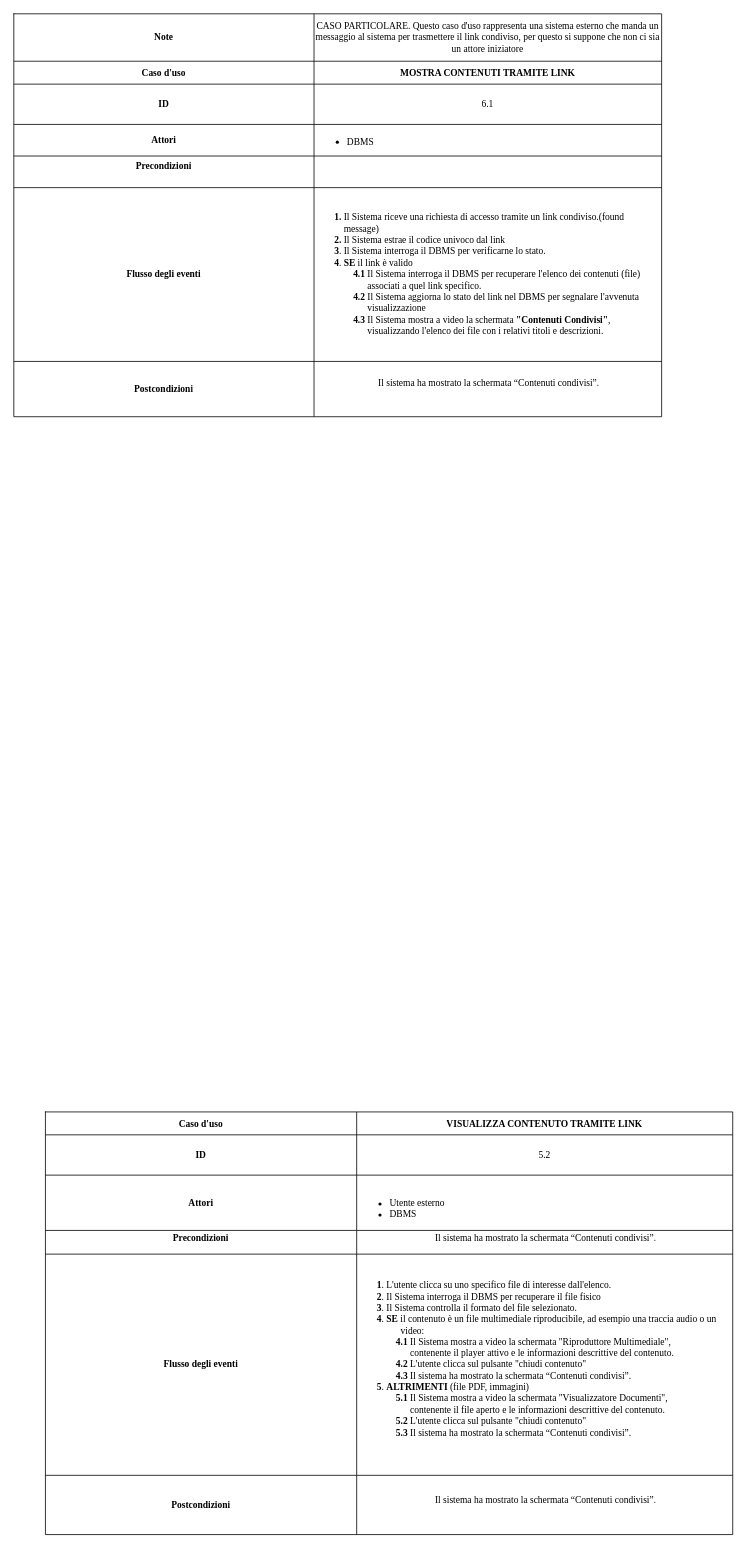
Before: page "Pagina-18" (14 of 16) of visteD'insiemeDraw/VistaD'insiemeProgetto-2.drawio in SImone1104/IDS, a draw.io diagram. Source tidied: cells renumbered, new cells numbered last; positions are measured from the earlier drawing's top-left corner, leaving out a move shared by most shapes. Both pictures are drawn from the tidied source at 79%, with x=0, y=0 at pixel (13, 13).
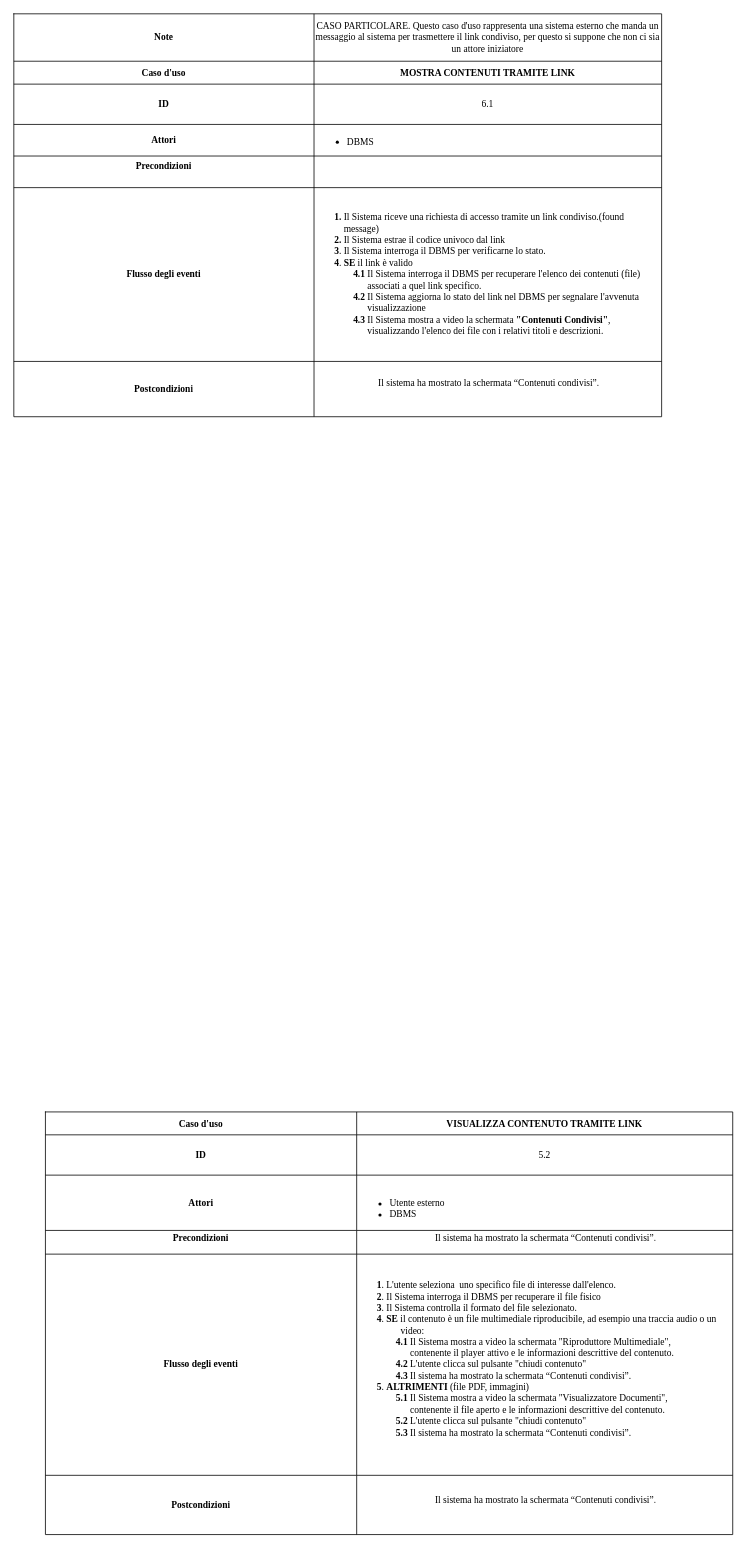
The same page after the edit.

The change refers to these unchanged cells:
```xml
<mxCell id="37" style="shape=tableRow;horizontal=0;startSize=0;swimlaneHead=0;swimlaneBody=0;strokeColor=inherit;top=0;left=0;bottom=0;right=0;fillColor=none;" parent="24" vertex="1">
  <mxGeometry y="180" width="870" height="280" as="geometry" />
</mxCell>
```

The edit, as a diff of the source:
```diff
@@
-    <mxCell id="39" value="&lt;div style=&quot;&quot;&gt;&lt;div&gt;&lt;div&gt;&lt;font face=&quot;Times New Roman&quot;&gt;&lt;span style=&quot;white-space: pre;&quot;&gt;&#9;&lt;/span&gt;&lt;/font&gt;&lt;b style=&quot;font-family: &amp;quot;Times New Roman&amp;quot;;&quot;&gt;1&lt;/b&gt;&lt;span style=&quot;font-family: &amp;quot;Times New Roman&amp;quot;;&quot;&gt;. L'utente clicca su uno specifico file di interesse dall'elenco.&lt;/span&gt;&lt;/div&gt;&lt;b style=&quot;font-family: &amp;quot;Times New Roman&amp;quot;;&quot;&gt;&lt;/b&gt;&lt;/div&gt;&lt;font face=&quot;Times New Roman&quot;&gt;&lt;/font&gt;&lt;div style=&quot;&quot;&gt;&lt;b style=&quot;font-family: &amp;quot;Times New Roman&amp;quot;;&quot;&gt;&lt;span style=&quot;white-space: pre;&quot;&gt;&#9;&lt;/span&gt;2&lt;/b&gt;&lt;span style=&quot;font-family: &amp;quot;Times New Roman&amp;quot;;&quot;&gt;. Il Sistema interroga il DBMS per recuperare il file fisico&lt;/span&gt;&lt;br&gt;&lt;/div&gt;&lt;div style=&quot;&quot;&gt;&lt;span style=&quot;font-family: &amp;quot;Times New Roman&amp;quot;; white-space: pre;&quot;&gt;&#9;&lt;/span&gt;&lt;font face=&quot;Times New Roman&quot;&gt;&lt;b&gt;3&lt;/b&gt;. Il Sistema controlla il formato del file selezionato.&lt;br&gt;&lt;span style=&quot;white-space: pre;&quot;&gt;&#9;&lt;/span&gt;&lt;b&gt;4&lt;/b&gt;. &lt;b&gt;SE&lt;/b&gt; il contenuto è un file multimediale riproducibile, ad esempio una traccia audio o un &lt;span style=&quot;white-space: pre;&quot;&gt;&#9;          &lt;/span&gt;video:&lt;br&gt;&lt;span style=&quot;white-space: pre;&quot;&gt;&#9;&lt;/span&gt;&lt;span style=&quot;white-space: pre;&quot;&gt;&#9;&lt;/span&gt;&lt;b&gt;4.1&amp;nbsp;&lt;/b&gt;Il Sistema mostra a video la schermata &quot;Riproduttore Multimediale&quot;,&lt;br&gt;&lt;span style=&quot;white-space: pre;&quot;&gt;&#9;&lt;/span&gt;&lt;span style=&quot;white-space: pre;&quot;&gt;&#9;      &lt;/span&gt;contenente il player attivo e le informazioni descrittive del contenuto.&lt;/font&gt;&lt;/div&gt;&lt;div style=&quot;&quot;&gt;&lt;font face=&quot;Times New Roman&quot;&gt;&amp;nbsp; &amp;nbsp; &amp;nbsp; &amp;nbsp; &amp;nbsp; &amp;nbsp; &amp;nbsp; &amp;nbsp; &lt;b&gt;4.2&lt;/b&gt; L'utente clicca sul pulsante &quot;chiudi contenuto&quot;&lt;/font&gt;&lt;/div&gt;&lt;div&gt;&lt;font face=&quot;Times New Roman&quot;&gt;&amp;nbsp;&lt;span style=&quot;white-space: pre;&quot;&gt;&#9;&lt;/span&gt;&lt;span style=&quot;white-space: pre;&quot;&gt;&#9;&lt;b&gt;4.3&lt;/b&gt; &lt;/span&gt;Il sistema ha mostrato la schermata “Contenuti condivisi”.&lt;/font&gt;&lt;/div&gt;&lt;div style=&quot;&quot;&gt;&lt;font face=&quot;Times New Roman&quot;&gt;&lt;span style=&quot;white-space: pre;&quot;&gt;&#9;&lt;/span&gt;&lt;b&gt;5&lt;/b&gt;. &lt;b&gt;ALTRIMENTI&lt;/b&gt; (file PDF, immagini)&lt;br&gt;&lt;span style=&quot;white-space: pre;&quot;&gt;&#9;&lt;span style=&quot;white-space: pre;&quot;&gt;&#9;&lt;/span&gt;&lt;/span&gt;&lt;b&gt;5.1&amp;nbsp;&lt;/b&gt;Il Sistema mostra a video la schermata &quot;Visualizzatore Documenti&quot;,&lt;br&gt;&lt;span style=&quot;white-space: pre;&quot;&gt;&#9;&lt;/span&gt;&lt;span style=&quot;white-space: pre;&quot;&gt;&#9;      &lt;/span&gt;contenente il file aperto e le informazioni descrittive del contenuto.&lt;/font&gt;&lt;br&gt;&lt;/div&gt;&lt;div style=&quot;&quot;&gt;&lt;font face=&quot;Times New Roman&quot;&gt;&amp;nbsp; &amp;nbsp; &amp;nbsp; &amp;nbsp; &amp;nbsp; &amp;nbsp; &amp;nbsp; &amp;nbsp; &lt;b&gt;5&lt;/b&gt;&lt;/font&gt;&lt;span style=&quot;font-family: &amp;quot;Times New Roman&amp;quot;;&quot;&gt;&lt;b&gt;.2&lt;/b&gt; L'utente clicca sul pulsante &quot;chiudi contenuto&quot;&lt;/span&gt;&lt;/div&gt;&lt;div&gt;&lt;div&gt;&lt;font face=&quot;Times New Roman&quot;&gt;&amp;nbsp; &amp;nbsp; &amp;nbsp; &amp;nbsp; &amp;nbsp; &amp;nbsp; &amp;nbsp; &amp;nbsp;&lt;span style=&quot;white-space: pre;&quot;&gt; &lt;b&gt;5.3&lt;/b&gt; &lt;/span&gt;Il sistema ha mostrato la schermata “Contenuti condivisi”.&lt;/font&gt;&lt;/div&gt;&lt;/div&gt;&lt;div&gt;&lt;font face=&quot;Times New Roman&quot;&gt;&lt;br&gt;&lt;/font&gt;&lt;/div&gt;&lt;/div&gt;" style="shape=partialRectangle;html=1;whiteSpace=wrap;strokeColor=inherit;overflow=hidden;fillColor=none;top=0;left=0;bottom=0;right=0;align=left;" parent="37" vertex="1">
+    <mxCell id="39" value="&lt;div style=&quot;&quot;&gt;&lt;div&gt;&lt;div&gt;&lt;font face=&quot;Times New Roman&quot;&gt;&lt;span style=&quot;white-space: pre;&quot;&gt;&#9;&lt;/span&gt;&lt;/font&gt;&lt;b style=&quot;font-family: &amp;quot;Times New Roman&amp;quot;;&quot;&gt;1&lt;/b&gt;&lt;span style=&quot;font-family: &amp;quot;Times New Roman&amp;quot;;&quot;&gt;. L'utente seleziona&amp;nbsp; uno specifico file di interesse dall'elenco.&lt;/span&gt;&lt;/div&gt;&lt;b style=&quot;font-family: &amp;quot;Times New Roman&amp;quot;;&quot;&gt;&lt;/b&gt;&lt;/div&gt;&lt;font face=&quot;Times New Roman&quot;&gt;&lt;/font&gt;&lt;div style=&quot;&quot;&gt;&lt;b style=&quot;font-family: &amp;quot;Times New Roman&amp;quot;;&quot;&gt;&lt;span style=&quot;white-space: pre;&quot;&gt;&#9;&lt;/span&gt;2&lt;/b&gt;&lt;span style=&quot;font-family: &amp;quot;Times New Roman&amp;quot;;&quot;&gt;. Il Sistema interroga il DBMS per recuperare il file fisico&lt;/span&gt;&lt;br&gt;&lt;/div&gt;&lt;div style=&quot;&quot;&gt;&lt;span style=&quot;font-family: &amp;quot;Times New Roman&amp;quot;; white-space: pre;&quot;&gt;&#9;&lt;/span&gt;&lt;font face=&quot;Times New Roman&quot;&gt;&lt;b&gt;3&lt;/b&gt;. Il Sistema controlla il formato del file selezionato.&lt;br&gt;&lt;span style=&quot;white-space: pre;&quot;&gt;&#9;&lt;/span&gt;&lt;b&gt;4&lt;/b&gt;. &lt;b&gt;SE&lt;/b&gt; il contenuto è un file multimediale riproducibile, ad esempio una traccia audio o un &lt;span style=&quot;white-space: pre;&quot;&gt;&#9;          &lt;/span&gt;video:&lt;br&gt;&lt;span style=&quot;white-space: pre;&quot;&gt;&#9;&lt;/span&gt;&lt;span style=&quot;white-space: pre;&quot;&gt;&#9;&lt;/span&gt;&lt;b&gt;4.1&amp;nbsp;&lt;/b&gt;Il Sistema mostra a video la schermata &quot;Riproduttore Multimediale&quot;,&lt;br&gt;&lt;span style=&quot;white-space: pre;&quot;&gt;&#9;&lt;/span&gt;&lt;span style=&quot;white-space: pre;&quot;&gt;&#9;      &lt;/span&gt;contenente il player attivo e le informazioni descrittive del contenuto.&lt;/font&gt;&lt;/div&gt;&lt;div style=&quot;&quot;&gt;&lt;font face=&quot;Times New Roman&quot;&gt;&amp;nbsp; &amp;nbsp; &amp;nbsp; &amp;nbsp; &amp;nbsp; &amp;nbsp; &amp;nbsp; &amp;nbsp; &lt;b&gt;4.2&lt;/b&gt; L'utente clicca sul pulsante &quot;chiudi contenuto&quot;&lt;/font&gt;&lt;/div&gt;&lt;div&gt;&lt;font face=&quot;Times New Roman&quot;&gt;&amp;nbsp;&lt;span style=&quot;white-space: pre;&quot;&gt;&#9;&lt;/span&gt;&lt;span style=&quot;white-space: pre;&quot;&gt;&#9;&lt;b&gt;4.3&lt;/b&gt; &lt;/span&gt;Il sistema ha mostrato la schermata “Contenuti condivisi”.&lt;/font&gt;&lt;/div&gt;&lt;div style=&quot;&quot;&gt;&lt;font face=&quot;Times New Roman&quot;&gt;&lt;span style=&quot;white-space: pre;&quot;&gt;&#9;&lt;/span&gt;&lt;b&gt;5&lt;/b&gt;. &lt;b&gt;ALTRIMENTI&lt;/b&gt; (file PDF, immagini)&lt;br&gt;&lt;span style=&quot;white-space: pre;&quot;&gt;&#9;&lt;span style=&quot;white-space: pre;&quot;&gt;&#9;&lt;/span&gt;&lt;/span&gt;&lt;b&gt;5.1&amp;nbsp;&lt;/b&gt;Il Sistema mostra a video la schermata &quot;Visualizzatore Documenti&quot;,&lt;br&gt;&lt;span style=&quot;white-space: pre;&quot;&gt;&#9;&lt;/span&gt;&lt;span style=&quot;white-space: pre;&quot;&gt;&#9;      &lt;/span&gt;contenente il file aperto e le informazioni descrittive del contenuto.&lt;/font&gt;&lt;br&gt;&lt;/div&gt;&lt;div style=&quot;&quot;&gt;&lt;font face=&quot;Times New Roman&quot;&gt;&amp;nbsp; &amp;nbsp; &amp;nbsp; &amp;nbsp; &amp;nbsp; &amp;nbsp; &amp;nbsp; &amp;nbsp; &lt;b&gt;5&lt;/b&gt;&lt;/font&gt;&lt;span style=&quot;font-family: &amp;quot;Times New Roman&amp;quot;;&quot;&gt;&lt;b&gt;.2&lt;/b&gt; L'utente clicca sul pulsante &quot;chiudi contenuto&quot;&lt;/span&gt;&lt;/div&gt;&lt;div&gt;&lt;div&gt;&lt;font face=&quot;Times New Roman&quot;&gt;&amp;nbsp; &amp;nbsp; &amp;nbsp; &amp;nbsp; &amp;nbsp; &amp;nbsp; &amp;nbsp; &amp;nbsp;&lt;span style=&quot;white-space: pre;&quot;&gt; &lt;b&gt;5.3&lt;/b&gt; &lt;/span&gt;Il sistema ha mostrato la schermata “Contenuti condivisi”.&lt;/font&gt;&lt;/div&gt;&lt;/div&gt;&lt;div&gt;&lt;font face=&quot;Times New Roman&quot;&gt;&lt;br&gt;&lt;/font&gt;&lt;/div&gt;&lt;/div&gt;" style="shape=partialRectangle;html=1;whiteSpace=wrap;strokeColor=inherit;overflow=hidden;fillColor=none;top=0;left=0;bottom=0;right=0;align=left;" parent="37" vertex="1">
       <mxGeometry x="394" width="476" height="280" as="geometry" />
     </mxCell>
```
